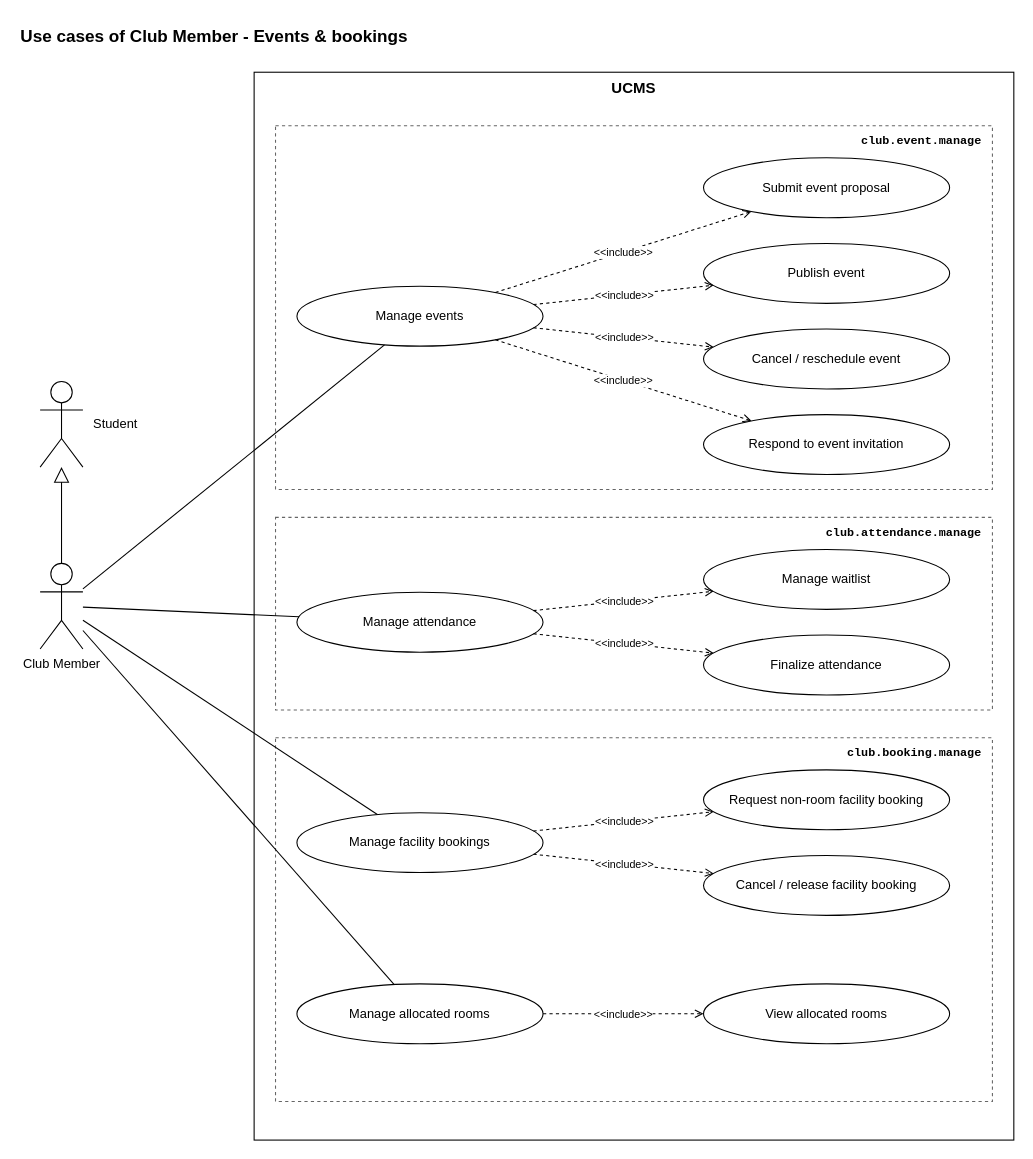
The draw.io diagram page "Club Member - Events & bookings" (4 of 10) of docs/03-diagrams/UCMS_UseCase_ByActor.drawio in nvdekay/ClubManagementSystem, before the edit. Source tidied: cells renumbered, new cells numbered last; positions are measured from the earlier drawing's top-left corner, leaving out a move shared by most shapes. Both pictures are drawn from the tidied source at 107%, with x=0, y=0 at pixel (18, 18).
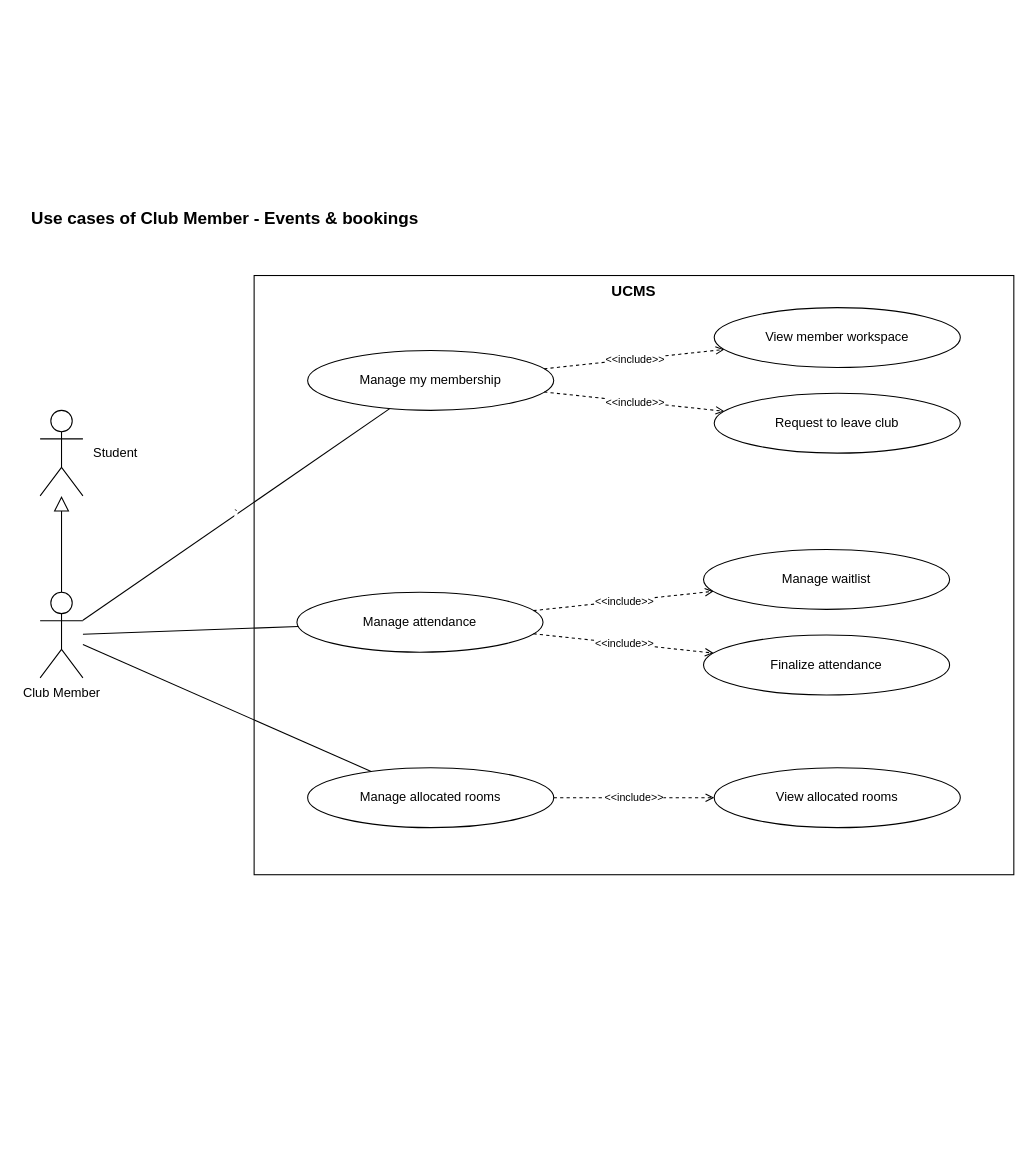
The same page after the edit.

Diff of the diagram source:
```diff
@@
     <mxCell id="2" value="Use cases of Club Member - Events &amp; bookings" style="text;html=1;fontStyle=1;fontSize=16;align=left;" parent="1" vertex="1">
-      <mxGeometry width="900" height="30" as="geometry" />
+      <mxGeometry x="10" y="170" width="900" height="30" as="geometry" />
     </mxCell>
     <mxCell id="3" value="UCMS" style="rounded=0;whiteSpace=wrap;html=1;fillColor=none;strokeColor=#000000;verticalAlign=top;fontStyle=1;fontSize=14;" parent="1" vertex="1">
-      <mxGeometry x="220" y="50" width="710" height="998" as="geometry" />
+      <mxGeometry x="220" y="240" width="710" height="560" as="geometry" />
     </mxCell>
     <mxCell id="4" value="Club Member" style="shape=umlActor;verticalLabelPosition=bottom;verticalAlign=top;html=1;outlineConnect=0;fillColor=#ffffff;strokeColor=#000000;" parent="1" vertex="1">
-      <mxGeometry x="20" y="509" width="40" height="80" as="geometry" />
+      <mxGeometry x="20" y="536" width="40" height="80" as="geometry" />
     </mxCell>
     <mxCell id="5" value="Student" style="shape=umlActor;verticalLabelPosition=middle;verticalAlign=middle;labelPosition=right;align=left;spacingLeft=8;html=1;outlineConnect=0;fillColor=#ffffff;strokeColor=#000000;fontSize=12;" parent="1" vertex="1">
-      <mxGeometry x="20" y="339" width="40" height="80" as="geometry" />
+      <mxGeometry x="20" y="366" width="40" height="80" as="geometry" />
     </mxCell>
@@
-    <mxCell id="7" value="club.event.manage" style="rounded=0;whiteSpace=wrap;html=1;fillColor=none;strokeColor=#666666;dashed=1;verticalAlign=top;align=right;spacingRight=8;spacingTop=2;fontSize=11;fontFamily=Courier New;fontStyle=1;" parent="1" vertex="1">
-      <mxGeometry x="240" y="100" width="670" height="340" as="geometry" />
-    </mxCell>
-    <mxCell id="8" value="club.attendance.manage" style="rounded=0;whiteSpace=wrap;html=1;fillColor=none;strokeColor=#666666;dashed=1;verticalAlign=top;align=right;spacingRight=8;spacingTop=2;fontSize=11;fontFamily=Courier New;fontStyle=1;" parent="1" vertex="1">
-      <mxGeometry x="240" y="466" width="670" height="180" as="geometry" />
-    </mxCell>
-    <mxCell id="9" value="club.booking.manage" style="rounded=0;whiteSpace=wrap;html=1;fillColor=none;strokeColor=#666666;dashed=1;verticalAlign=top;align=right;spacingRight=8;spacingTop=2;fontSize=11;fontFamily=Courier New;fontStyle=1;" parent="1" vertex="1">
-      <mxGeometry x="240" y="672" width="670" height="340" as="geometry" />
-    </mxCell>
-    <mxCell id="10" value="Manage events" style="ellipse;whiteSpace=wrap;html=1;fillColor=#ffffff;strokeColor=#000000;fontSize=12;" parent="1" vertex="1">
-      <mxGeometry x="260" y="250" width="230" height="56" as="geometry" />
-    </mxCell>
-    <mxCell id="11" style="endArrow=none;html=1;strokeColor=#000000;" parent="1" edge="1" source="4" target="10">
-      <mxGeometry relative="1" as="geometry" />
-    </mxCell>
-    <mxCell id="12" value="Submit event proposal" style="ellipse;whiteSpace=wrap;html=1;fillColor=#ffffff;strokeColor=#000000;fontSize=12;" parent="1" vertex="1">
-      <mxGeometry x="640" y="130" width="230" height="56" as="geometry" />
-    </mxCell>
-    <mxCell id="13" value="&amp;lt;&amp;lt;include&amp;gt;&amp;gt;" style="endArrow=open;dashed=1;html=1;strokeColor=#000000;fontSize=10;labelBackgroundColor=#ffffff;" parent="1" edge="1" source="10" target="12">
-      <mxGeometry relative="1" as="geometry" />
-    </mxCell>
-    <mxCell id="14" value="Publish event" style="ellipse;whiteSpace=wrap;html=1;fillColor=#ffffff;strokeColor=#000000;fontSize=12;" parent="1" vertex="1">
-      <mxGeometry x="640" y="210" width="230" height="56" as="geometry" />
-    </mxCell>
-    <mxCell id="15" value="&amp;lt;&amp;lt;include&amp;gt;&amp;gt;" style="endArrow=open;dashed=1;html=1;strokeColor=#000000;fontSize=10;labelBackgroundColor=#ffffff;" parent="1" edge="1" source="10" target="14">
-      <mxGeometry relative="1" as="geometry" />
-    </mxCell>
-    <mxCell id="16" value="Cancel / reschedule event" style="ellipse;whiteSpace=wrap;html=1;fillColor=#ffffff;strokeColor=#000000;fontSize=12;" parent="1" vertex="1">
-      <mxGeometry x="640" y="290" width="230" height="56" as="geometry" />
-    </mxCell>
-    <mxCell id="17" value="&amp;lt;&amp;lt;include&amp;gt;&amp;gt;" style="endArrow=open;dashed=1;html=1;strokeColor=#000000;fontSize=10;labelBackgroundColor=#ffffff;" parent="1" edge="1" source="10" target="16">
-      <mxGeometry relative="1" as="geometry" />
-    </mxCell>
-    <mxCell id="18" value="Respond to event invitation" style="ellipse;whiteSpace=wrap;html=1;fillColor=#ffffff;strokeColor=#000000;fontSize=12;" parent="1" vertex="1">
-      <mxGeometry x="640" y="370" width="230" height="56" as="geometry" />
-    </mxCell>
-    <mxCell id="19" value="&amp;lt;&amp;lt;include&amp;gt;&amp;gt;" style="endArrow=open;dashed=1;html=1;strokeColor=#000000;fontSize=10;labelBackgroundColor=#ffffff;" parent="1" edge="1" source="10" target="18">
-      <mxGeometry relative="1" as="geometry" />
-    </mxCell>
@@
-    <mxCell id="26" value="Manage facility bookings" style="ellipse;whiteSpace=wrap;html=1;fillColor=#ffffff;strokeColor=#000000;fontSize=12;" parent="1" vertex="1">
-      <mxGeometry x="260" y="742" width="230" height="56" as="geometry" />
-    </mxCell>
-    <mxCell id="27" style="endArrow=none;html=1;strokeColor=#000000;" parent="1" edge="1" source="4" target="26">
-      <mxGeometry relative="1" as="geometry" />
-    </mxCell>
-    <mxCell id="28" value="Cancel / release facility booking" style="ellipse;whiteSpace=wrap;html=1;fillColor=#ffffff;strokeColor=#000000;fontSize=12;" parent="1" vertex="1">
-      <mxGeometry x="640" y="782" width="230" height="56" as="geometry" />
-    </mxCell>
-    <mxCell id="29" value="&amp;lt;&amp;lt;include&amp;gt;&amp;gt;" style="endArrow=open;dashed=1;html=1;strokeColor=#000000;fontSize=10;labelBackgroundColor=#ffffff;" parent="1" edge="1" source="26" target="28">
-      <mxGeometry relative="1" as="geometry" />
-    </mxCell>
-    <mxCell id="30" value="Request non-room facility booking" style="ellipse;whiteSpace=wrap;html=1;fillColor=#ffffff;strokeColor=#000000;fontSize=12;" parent="1" vertex="1">
-      <mxGeometry x="640" y="702" width="230" height="56" as="geometry" />
-    </mxCell>
-    <mxCell id="31" value="&amp;lt;&amp;lt;include&amp;gt;&amp;gt;" style="endArrow=open;dashed=1;html=1;strokeColor=#000000;fontSize=10;labelBackgroundColor=#ffffff;" parent="1" edge="1" source="26" target="30">
-      <mxGeometry relative="1" as="geometry" />
-    </mxCell>
     <mxCell id="32" value="Manage allocated rooms" style="ellipse;whiteSpace=wrap;html=1;fillColor=#ffffff;strokeColor=#000000;fontSize=12;" parent="1" vertex="1">
-      <mxGeometry x="260" y="902" width="230" height="56" as="geometry" />
+      <mxGeometry x="270" y="700" width="230" height="56" as="geometry" />
     </mxCell>
@@
     <mxCell id="34" value="View allocated rooms" style="ellipse;whiteSpace=wrap;html=1;fillColor=#ffffff;strokeColor=#000000;fontSize=12;" parent="1" vertex="1">
-      <mxGeometry x="640" y="902" width="230" height="56" as="geometry" />
+      <mxGeometry x="650" y="700" width="230" height="56" as="geometry" />
     </mxCell>
@@
+    <mxCell id="36" value="`" style="edgeStyle=none;html=1;endArrow=none;endFill=0;" parent="1" edge="1" source="4" target="37">
+      <mxGeometry relative="1" as="geometry" />
+    </mxCell>
+    <mxCell id="37" value="Manage my membership" style="ellipse;whiteSpace=wrap;html=1;fillColor=#ffffff;strokeColor=#000000;fontSize=12;" parent="1" vertex="1">
+      <mxGeometry x="270" y="310" width="230" height="56" as="geometry" />
+    </mxCell>
+    <mxCell id="38" value="View member workspace" style="ellipse;whiteSpace=wrap;html=1;fillColor=#ffffff;strokeColor=#000000;fontSize=12;" parent="1" vertex="1">
+      <mxGeometry x="650" y="270" width="230" height="56" as="geometry" />
+    </mxCell>
+    <mxCell id="39" value="&amp;lt;&amp;lt;include&amp;gt;&amp;gt;" style="endArrow=open;dashed=1;html=1;strokeColor=#000000;fontSize=10;labelBackgroundColor=#ffffff;" parent="1" edge="1" source="37" target="38">
+      <mxGeometry relative="1" as="geometry" />
+    </mxCell>
+    <mxCell id="40" value="Request to leave club" style="ellipse;whiteSpace=wrap;html=1;fillColor=#ffffff;strokeColor=#000000;fontSize=12;" parent="1" vertex="1">
+      <mxGeometry x="650" y="350" width="230" height="56" as="geometry" />
+    </mxCell>
+    <mxCell id="41" value="&amp;lt;&amp;lt;include&amp;gt;&amp;gt;" style="endArrow=open;dashed=1;html=1;strokeColor=#000000;fontSize=10;labelBackgroundColor=#ffffff;" parent="1" edge="1" source="37" target="40">
+      <mxGeometry relative="1" as="geometry" />
+    </mxCell>
```
